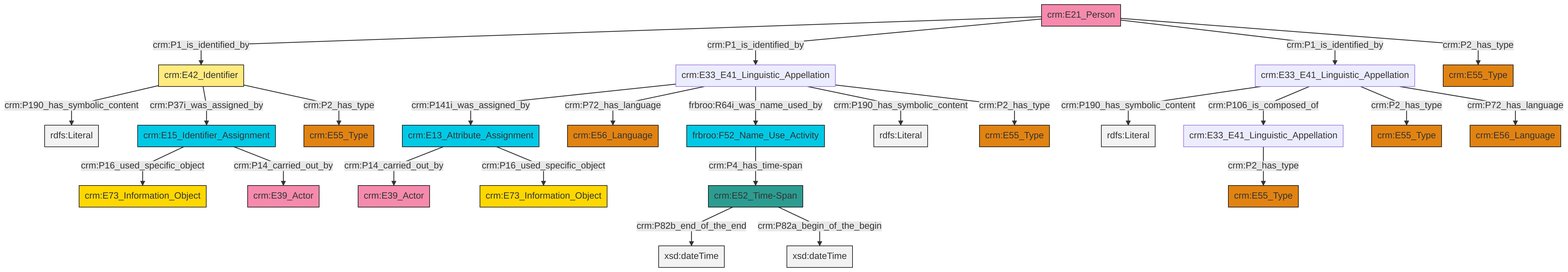
Before: et/personCSV/ttl/mmd/png/Person_Names_and_Classification.png, a diagram exported from Mermaid (swiss-art-research-net/docs.swissartresearch). Its source is kept beside it as et/personCSV/ttl/mmd/Person_Names_and_Classification.ttl.mmd.
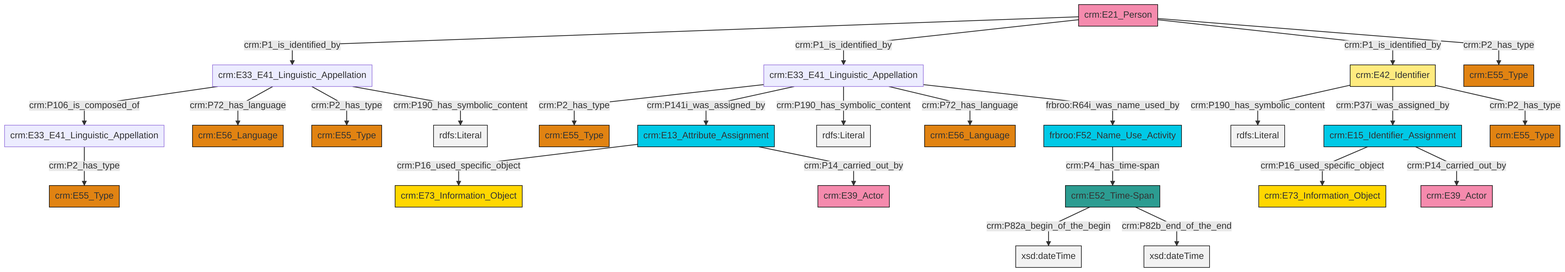
The same diagram one commit later.

The edit, as a diff of the source:
```diff
@@ -13,27 +13,27 @@
 classDef PC_Classes fill:#4ce600, stroke:#000000;
 classDef Multi fill:#cccccc,stroke:#000000;
 
-2["crm:E33_E41_Linguistic_Appellation"]:::Default -->|crm:P190_has_symbolic_content| 3[rdfs:Literal]:::Literal
-14["crm:E42_Identifier"]:::Appellation -->|crm:P190_has_symbolic_content| 15[rdfs:Literal]:::Literal
-18["crm:E15_Identifier_Assignment"]:::Temporal_Entity -->|crm:P16_used_specific_object| 19["crm:E73_Information_Object"]:::Conceptual_Object
-20["crm:E21_Person"]:::Actor -->|crm:P1_is_identified_by| 14["crm:E42_Identifier"]:::Appellation
-2["crm:E33_E41_Linguistic_Appellation"]:::Default -->|crm:P106_is_composed_of| 16["crm:E33_E41_Linguistic_Appellation"]:::Default
-20["crm:E21_Person"]:::Actor -->|crm:P1_is_identified_by| 8["crm:E33_E41_Linguistic_Appellation"]:::Default
-8["crm:E33_E41_Linguistic_Appellation"]:::Default -->|crm:P141i_was_assigned_by| 4["crm:E13_Attribute_Assignment"]:::Temporal_Entity
-8["crm:E33_E41_Linguistic_Appellation"]:::Default -->|crm:P72_has_language| 24["crm:E56_Language"]:::Type
-20["crm:E21_Person"]:::Actor -->|crm:P1_is_identified_by| 2["crm:E33_E41_Linguistic_Appellation"]:::Default
-10["frbroo:F52_Name_Use_Activity"]:::Temporal_Entity -->|crm:P4_has_time-span| 25["crm:E52_Time-Span"]:::Time-Span
-16["crm:E33_E41_Linguistic_Appellation"]:::Default -->|crm:P2_has_type| 28["crm:E55_Type"]:::Type
-25["crm:E52_Time-Span"]:::Time-Span -->|crm:P82b_end_of_the_end| 29[xsd:dateTime]:::Literal
-14["crm:E42_Identifier"]:::Appellation -->|crm:P37i_was_assigned_by| 18["crm:E15_Identifier_Assignment"]:::Temporal_Entity
-4["crm:E13_Attribute_Assignment"]:::Temporal_Entity -->|crm:P14_carried_out_by| 30["crm:E39_Actor"]:::Actor
-2["crm:E33_E41_Linguistic_Appellation"]:::Default -->|crm:P2_has_type| 6["crm:E55_Type"]:::Type
-2["crm:E33_E41_Linguistic_Appellation"]:::Default -->|crm:P72_has_language| 12["crm:E56_Language"]:::Type
-18["crm:E15_Identifier_Assignment"]:::Temporal_Entity -->|crm:P14_carried_out_by| 0["crm:E39_Actor"]:::Actor
-4["crm:E13_Attribute_Assignment"]:::Temporal_Entity -->|crm:P16_used_specific_object| 34["crm:E73_Information_Object"]:::Conceptual_Object
-20["crm:E21_Person"]:::Actor -->|crm:P2_has_type| 21["crm:E55_Type"]:::Type
-8["crm:E33_E41_Linguistic_Appellation"]:::Default -->|frbroo:R64i_was_name_used_by| 10["frbroo:F52_Name_Use_Activity"]:::Temporal_Entity
-8["crm:E33_E41_Linguistic_Appellation"]:::Default -->|crm:P190_has_symbolic_content| 38[rdfs:Literal]:::Literal
-8["crm:E33_E41_Linguistic_Appellation"]:::Default -->|crm:P2_has_type| 40["crm:E55_Type"]:::Type
-14["crm:E42_Identifier"]:::Appellation -->|crm:P2_has_type| 26["crm:E55_Type"]:::Type
-25["crm:E52_Time-Span"]:::Time-Span -->|crm:P82a_begin_of_the_begin| 45[xsd:dateTime]:::Literal
+0["crm:E15_Identifier_Assignment"]:::Temporal_Entity -->|crm:P16_used_specific_object| 1["crm:E73_Information_Object"]:::Conceptual_Object
+8["frbroo:F52_Name_Use_Activity"]:::Temporal_Entity -->|crm:P4_has_time-span| 9["crm:E52_Time-Span"]:::Time-Span
+10["crm:E33_E41_Linguistic_Appellation"]:::Default -->|crm:P106_is_composed_of| 4["crm:E33_E41_Linguistic_Appellation"]:::Default
+17["crm:E21_Person"]:::Actor -->|crm:P1_is_identified_by| 10["crm:E33_E41_Linguistic_Appellation"]:::Default
+0["crm:E15_Identifier_Assignment"]:::Temporal_Entity -->|crm:P14_carried_out_by| 11["crm:E39_Actor"]:::Actor
+20["crm:E13_Attribute_Assignment"]:::Temporal_Entity -->|crm:P16_used_specific_object| 15["crm:E73_Information_Object"]:::Conceptual_Object
+10["crm:E33_E41_Linguistic_Appellation"]:::Default -->|crm:P72_has_language| 21["crm:E56_Language"]:::Type
+24["crm:E33_E41_Linguistic_Appellation"]:::Default -->|crm:P2_has_type| 22["crm:E55_Type"]:::Type
+28["crm:E42_Identifier"]:::Appellation -->|crm:P190_has_symbolic_content| 29[rdfs:Literal]:::Literal
+24["crm:E33_E41_Linguistic_Appellation"]:::Default -->|crm:P141i_was_assigned_by| 20["crm:E13_Attribute_Assignment"]:::Temporal_Entity
+17["crm:E21_Person"]:::Actor -->|crm:P1_is_identified_by| 24["crm:E33_E41_Linguistic_Appellation"]:::Default
+24["crm:E33_E41_Linguistic_Appellation"]:::Default -->|crm:P190_has_symbolic_content| 33[rdfs:Literal]:::Literal
+28["crm:E42_Identifier"]:::Appellation -->|crm:P37i_was_assigned_by| 0["crm:E15_Identifier_Assignment"]:::Temporal_Entity
+9["crm:E52_Time-Span"]:::Time-Span -->|crm:P82a_begin_of_the_begin| 37[xsd:dateTime]:::Literal
+28["crm:E42_Identifier"]:::Appellation -->|crm:P2_has_type| 26["crm:E55_Type"]:::Type
+24["crm:E33_E41_Linguistic_Appellation"]:::Default -->|crm:P72_has_language| 2["crm:E56_Language"]:::Type
+20["crm:E13_Attribute_Assignment"]:::Temporal_Entity -->|crm:P14_carried_out_by| 6["crm:E39_Actor"]:::Actor
+10["crm:E33_E41_Linguistic_Appellation"]:::Default -->|crm:P2_has_type| 31["crm:E55_Type"]:::Type
+24["crm:E33_E41_Linguistic_Appellation"]:::Default -->|frbroo:R64i_was_name_used_by| 8["frbroo:F52_Name_Use_Activity"]:::Temporal_Entity
+17["crm:E21_Person"]:::Actor -->|crm:P1_is_identified_by| 28["crm:E42_Identifier"]:::Appellation
+9["crm:E52_Time-Span"]:::Time-Span -->|crm:P82b_end_of_the_end| 43[xsd:dateTime]:::Literal
+10["crm:E33_E41_Linguistic_Appellation"]:::Default -->|crm:P190_has_symbolic_content| 44[rdfs:Literal]:::Literal
+4["crm:E33_E41_Linguistic_Appellation"]:::Default -->|crm:P2_has_type| 13["crm:E55_Type"]:::Type
+17["crm:E21_Person"]:::Actor -->|crm:P2_has_type| 18["crm:E55_Type"]:::Type
```
